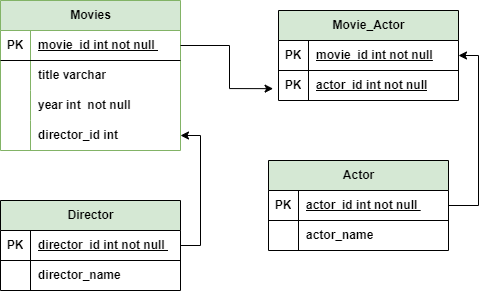
LearnwithAnkit/50projects50days keeps this draw.io diagram as Movie_Schema_Design.drawio.png. Above is the earlier version. Source tidied: cells renumbered, new cells last; positions are measured from the earlier drawing's top-left corner, leaving out a move shared by most shapes.
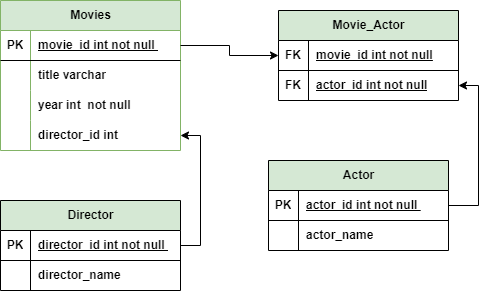
Above is the later version.

Change to the diagram source:
```diff
@@ -89,7 +89,7 @@
     <mxCell id="30" style="shape=tableRow;horizontal=0;startSize=0;swimlaneHead=0;swimlaneBody=0;fillColor=none;points=[[0,0.5],[1,0.5]];portConstraint=eastwest;top=0;left=0;right=0;bottom=1;" parent="29" vertex="1">
       <mxGeometry y="30" width="180" height="30" as="geometry" />
     </mxCell>
-    <mxCell id="31" value="PK" style="shape=partialRectangle;fillColor=none;top=0;left=0;bottom=0;right=0;fontStyle=1;overflow=hidden;whiteSpace=wrap;html=1;" parent="30" vertex="1">
+    <mxCell id="31" value="FK" style="shape=partialRectangle;fillColor=none;top=0;left=0;bottom=0;right=0;fontStyle=1;overflow=hidden;whiteSpace=wrap;html=1;" parent="30" vertex="1">
       <mxGeometry width="30" height="30" as="geometry" />
     </mxCell>
     <mxCell id="32" value="&lt;b style=&quot;border-color: var(--border-color);&quot;&gt;&lt;u style=&quot;border-color: var(--border-color);&quot;&gt;movie_id int not null&lt;/u&gt;&lt;/b&gt;" style="shape=partialRectangle;fillColor=none;top=0;left=0;bottom=0;right=0;align=left;spacingLeft=6;fontStyle=5;overflow=hidden;whiteSpace=wrap;html=1;" parent="30" vertex="1">
@@ -98,7 +98,7 @@
     <mxCell id="33" style="shape=tableRow;horizontal=0;startSize=0;swimlaneHead=0;swimlaneBody=0;fillColor=none;points=[[0,0.5],[1,0.5]];portConstraint=eastwest;top=0;left=0;right=0;bottom=0;" parent="29" vertex="1">
       <mxGeometry y="60" width="180" height="30" as="geometry" />
     </mxCell>
-    <mxCell id="34" value="&lt;b&gt;PK&lt;/b&gt;" style="shape=partialRectangle;fillColor=none;top=0;left=0;bottom=0;right=0;overflow=hidden;whiteSpace=wrap;html=1;" parent="33" vertex="1">
+    <mxCell id="34" value="&lt;b&gt;FK&lt;/b&gt;" style="shape=partialRectangle;fillColor=none;top=0;left=0;bottom=0;right=0;overflow=hidden;whiteSpace=wrap;html=1;" parent="33" vertex="1">
       <mxGeometry width="30" height="30" as="geometry" />
     </mxCell>
     <mxCell id="35" value="&lt;b style=&quot;border-color: var(--border-color);&quot;&gt;&lt;u style=&quot;border-color: var(--border-color);&quot;&gt;actor_id int not null&lt;/u&gt;&lt;/b&gt;" style="shape=partialRectangle;fillColor=none;top=0;left=0;bottom=0;right=0;align=left;spacingLeft=6;overflow=hidden;whiteSpace=wrap;html=1;" parent="33" vertex="1">
@@ -107,14 +107,14 @@
     <mxCell id="36" style="shape=partialRectangle;fillColor=none;top=0;left=0;bottom=0;right=0;fontStyle=1;overflow=hidden;whiteSpace=wrap;html=1;" parent="1" vertex="1">
       <mxGeometry x="8" y="250" width="30" height="30" as="geometry" />
     </mxCell>
-    <mxCell id="37" style="edgeStyle=orthogonalEdgeStyle;rounded=0;jettySize=auto;html=1;exitX=1;exitY=0.5;exitDx=0;exitDy=0;entryX=-0.03;entryY=0.605;entryDx=0;entryDy=0;entryPerimeter=0;" parent="1" edge="1" source="3" target="33">
-      <mxGeometry relative="1" as="geometry" />
-    </mxCell>
     <mxCell id="38" style="edgeStyle=orthogonalEdgeStyle;rounded=0;jettySize=auto;html=1;exitX=1;exitY=0.5;exitDx=0;exitDy=0;entryX=1;entryY=0.5;entryDx=0;entryDy=0;" parent="1" edge="1" source="16" target="12">
       <mxGeometry relative="1" as="geometry" />
     </mxCell>
-    <mxCell id="39" style="edgeStyle=orthogonalEdgeStyle;rounded=0;jettySize=auto;html=1;entryX=1;entryY=0.5;entryDx=0;entryDy=0;" parent="1" edge="1" source="23" target="30">
-      <mxGeometry relative="1" as="geometry" />
-    </mxCell>
+    <mxCell id="40" style="edgeStyle=orthogonalEdgeStyle;rounded=0;jettySize=auto;html=1;exitX=1;exitY=0.5;exitDx=0;exitDy=0;entryX=0;entryY=0.5;entryDx=0;entryDy=0;" parent="1" edge="1" source="3" target="30">
+      <mxGeometry relative="1" as="geometry" />
+    </mxCell>
+    <mxCell id="41" style="edgeStyle=orthogonalEdgeStyle;rounded=0;jettySize=auto;html=1;exitX=1;exitY=0.5;exitDx=0;exitDy=0;entryX=1;entryY=0.5;entryDx=0;entryDy=0;" parent="1" edge="1" source="23" target="33">
+      <mxGeometry relative="1" as="geometry" />
+    </mxCell>
   </root>
 </mxGraphModel>
```
